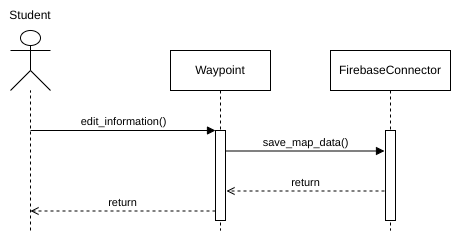
NotYetTerminal/Interactive-Map-SETU-Carlow keeps this draw.io diagram as graphs/System Sequence Diagrams/ModifyMapWaypoint.drawio.png. Above is the earlier version. Source tidied: cells renumbered, new cells last; positions are measured from the earlier drawing's top-left corner, leaving out a move shared by most shapes. Source of this version:
```xml
<mxGraphModel>
  <root>
    <mxCell id="0" />
    <mxCell id="1" parent="0" />
    <mxCell id="2" value="Waypoint" style="shape=umlLifeline;perimeter=lifelinePerimeter;whiteSpace=wrap;html=1;newEdgeStyle={&quot;edgeStyle&quot;:&quot;elbowEdgeStyle&quot;,&quot;elbow&quot;:&quot;vertical&quot;,&quot;curved&quot;:0,&quot;rounded&quot;:0};" parent="1" vertex="1">
      <mxGeometry x="170" y="50" width="100" height="180" as="geometry" />
    </mxCell>
    <mxCell id="3" style="html=1;perimeter=orthogonalPerimeter;targetShapes=umlLifeline;newEdgeStyle={&quot;edgeStyle&quot;:&quot;elbowEdgeStyle&quot;,&quot;elbow&quot;:&quot;vertical&quot;,&quot;curved&quot;:0,&quot;rounded&quot;:0};" parent="2" vertex="1">
      <mxGeometry x="45" y="80" width="10" height="90" as="geometry" />
    </mxCell>
    <mxCell id="4" style="shape=umlActor;verticalLabelPosition=bottom;verticalAlign=top;html=1;outlineConnect=0;align=center;" parent="1" vertex="1">
      <mxGeometry x="10" y="30" width="40" height="60" as="geometry" />
    </mxCell>
    <mxCell id="5" style="endArrow=none;dashed=1;html=1;rounded=0;" parent="1" edge="1" target="4">
      <mxGeometry relative="1" as="geometry">
        <mxPoint x="30" y="230" as="sourcePoint" />
      </mxGeometry>
    </mxCell>
    <mxCell id="6" value="Student" style="text;html=1;align=center;verticalAlign=middle;whiteSpace=wrap;rounded=0;" parent="1" vertex="1">
      <mxGeometry width="60" height="30" as="geometry" />
    </mxCell>
    <mxCell id="7" value="edit_information()" style="html=1;verticalAlign=bottom;endArrow=block;elbow=vertical;rounded=0;" parent="1" edge="1">
      <mxGeometry relative="1" as="geometry">
        <mxPoint x="30" y="130" as="sourcePoint" />
        <mxPoint x="215" y="130" as="targetPoint" />
      </mxGeometry>
    </mxCell>
    <mxCell id="8" value="FirebaseConnector" style="shape=umlLifeline;perimeter=lifelinePerimeter;whiteSpace=wrap;html=1;outlineConnect=0;portConstraint=eastwest;newEdgeStyle={&quot;edgeStyle&quot;:&quot;elbowEdgeStyle&quot;,&quot;elbow&quot;:&quot;vertical&quot;,&quot;curved&quot;:0,&quot;rounded&quot;:0};" parent="1" vertex="1">
      <mxGeometry x="330" y="50" width="120" height="180" as="geometry" />
    </mxCell>
    <mxCell id="9" style="html=1;perimeter=orthogonalPerimeter;targetShapes=umlLifeline;newEdgeStyle={&quot;edgeStyle&quot;:&quot;elbowEdgeStyle&quot;,&quot;elbow&quot;:&quot;vertical&quot;,&quot;curved&quot;:0,&quot;rounded&quot;:0};" parent="8" vertex="1">
      <mxGeometry x="55" y="80" width="10" height="90" as="geometry" />
    </mxCell>
    <mxCell id="10" value="save_map_data()" style="html=1;verticalAlign=bottom;endArrow=block;elbow=vertical;rounded=0;" parent="1" edge="1">
      <mxGeometry relative="1" as="geometry">
        <mxPoint x="225" y="150.5" as="sourcePoint" />
        <mxPoint x="384" y="150.5" as="targetPoint" />
      </mxGeometry>
    </mxCell>
    <mxCell id="11" value="return" style="html=1;verticalAlign=bottom;endArrow=open;elbow=vertical;rounded=0;dashed=1;endFill=0;" parent="1" edge="1">
      <mxGeometry relative="1" as="geometry">
        <mxPoint x="215" y="210.5" as="sourcePoint" />
        <mxPoint x="30" y="210.5" as="targetPoint" />
      </mxGeometry>
    </mxCell>
    <mxCell id="12" value="return" style="html=1;verticalAlign=bottom;endArrow=open;elbow=vertical;rounded=0;dashed=1;endFill=0;" parent="1" edge="1">
      <mxGeometry relative="1" as="geometry">
        <mxPoint x="384" y="190.5" as="sourcePoint" />
        <mxPoint x="226" y="190.5" as="targetPoint" />
      </mxGeometry>
    </mxCell>
  </root>
</mxGraphModel>
```
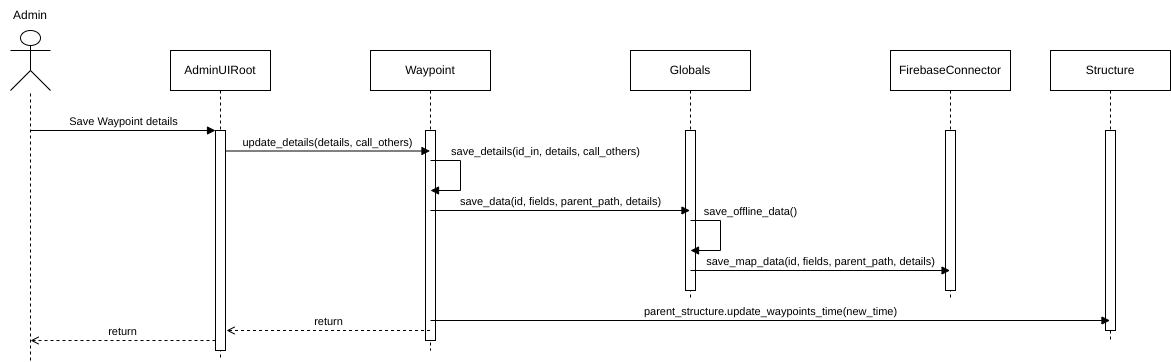
After the commit.

Diff of the diagram source:
```diff
@@ -2,52 +2,106 @@
   <root>
     <mxCell id="0" />
     <mxCell id="1" parent="0" />
-    <mxCell id="2" value="Waypoint" style="shape=umlLifeline;perimeter=lifelinePerimeter;whiteSpace=wrap;html=1;newEdgeStyle={&quot;edgeStyle&quot;:&quot;elbowEdgeStyle&quot;,&quot;elbow&quot;:&quot;vertical&quot;,&quot;curved&quot;:0,&quot;rounded&quot;:0};" parent="1" vertex="1">
-      <mxGeometry x="170" y="50" width="100" height="180" as="geometry" />
+    <mxCell id="2" value="AdminUIRoot" style="shape=umlLifeline;perimeter=lifelinePerimeter;whiteSpace=wrap;html=1;newEdgeStyle={&quot;edgeStyle&quot;:&quot;elbowEdgeStyle&quot;,&quot;elbow&quot;:&quot;vertical&quot;,&quot;curved&quot;:0,&quot;rounded&quot;:0};" parent="1" vertex="1">
+      <mxGeometry x="170" y="50" width="100" height="310" as="geometry" />
     </mxCell>
     <mxCell id="3" style="html=1;perimeter=orthogonalPerimeter;targetShapes=umlLifeline;newEdgeStyle={&quot;edgeStyle&quot;:&quot;elbowEdgeStyle&quot;,&quot;elbow&quot;:&quot;vertical&quot;,&quot;curved&quot;:0,&quot;rounded&quot;:0};" parent="2" vertex="1">
-      <mxGeometry x="45" y="80" width="10" height="90" as="geometry" />
+      <mxGeometry x="45" y="80" width="10" height="220" as="geometry" />
     </mxCell>
     <mxCell id="4" style="shape=umlActor;verticalLabelPosition=bottom;verticalAlign=top;html=1;outlineConnect=0;align=center;" parent="1" vertex="1">
       <mxGeometry x="10" y="30" width="40" height="60" as="geometry" />
     </mxCell>
     <mxCell id="5" style="endArrow=none;dashed=1;html=1;rounded=0;" parent="1" edge="1" target="4">
       <mxGeometry relative="1" as="geometry">
-        <mxPoint x="30" y="230" as="sourcePoint" />
+        <mxPoint x="30" y="360" as="sourcePoint" />
       </mxGeometry>
     </mxCell>
-    <mxCell id="6" value="Student" style="text;html=1;align=center;verticalAlign=middle;whiteSpace=wrap;rounded=0;" parent="1" vertex="1">
+    <mxCell id="6" value="Admin" style="text;html=1;align=center;verticalAlign=middle;whiteSpace=wrap;rounded=0;" parent="1" vertex="1">
       <mxGeometry width="60" height="30" as="geometry" />
     </mxCell>
-    <mxCell id="7" value="edit_information()" style="html=1;verticalAlign=bottom;endArrow=block;elbow=vertical;rounded=0;" parent="1" edge="1">
+    <mxCell id="7" value="Save Waypoint details" style="html=1;verticalAlign=bottom;endArrow=block;elbow=vertical;rounded=0;" parent="1" edge="1">
       <mxGeometry relative="1" as="geometry">
         <mxPoint x="30" y="130" as="sourcePoint" />
         <mxPoint x="215" y="130" as="targetPoint" />
       </mxGeometry>
     </mxCell>
-    <mxCell id="8" value="FirebaseConnector" style="shape=umlLifeline;perimeter=lifelinePerimeter;whiteSpace=wrap;html=1;outlineConnect=0;portConstraint=eastwest;newEdgeStyle={&quot;edgeStyle&quot;:&quot;elbowEdgeStyle&quot;,&quot;elbow&quot;:&quot;vertical&quot;,&quot;curved&quot;:0,&quot;rounded&quot;:0};" parent="1" vertex="1">
-      <mxGeometry x="330" y="50" width="120" height="180" as="geometry" />
+    <mxCell id="8" value="Waypoint" style="shape=umlLifeline;perimeter=lifelinePerimeter;whiteSpace=wrap;html=1;outlineConnect=0;portConstraint=eastwest;newEdgeStyle={&quot;edgeStyle&quot;:&quot;elbowEdgeStyle&quot;,&quot;elbow&quot;:&quot;vertical&quot;,&quot;curved&quot;:0,&quot;rounded&quot;:0};" parent="1" vertex="1">
+      <mxGeometry x="370" y="50" width="120" height="300" as="geometry" />
     </mxCell>
     <mxCell id="9" style="html=1;perimeter=orthogonalPerimeter;targetShapes=umlLifeline;newEdgeStyle={&quot;edgeStyle&quot;:&quot;elbowEdgeStyle&quot;,&quot;elbow&quot;:&quot;vertical&quot;,&quot;curved&quot;:0,&quot;rounded&quot;:0};" parent="8" vertex="1">
-      <mxGeometry x="55" y="80" width="10" height="90" as="geometry" />
+      <mxGeometry x="55" y="80" width="10" height="210" as="geometry" />
     </mxCell>
-    <mxCell id="10" value="save_map_data()" style="html=1;verticalAlign=bottom;endArrow=block;elbow=vertical;rounded=0;" parent="1" edge="1">
+    <mxCell id="10" value="update_details(details, call_others)" style="html=1;verticalAlign=bottom;endArrow=block;elbow=vertical;rounded=0;" parent="1" edge="1" target="8">
       <mxGeometry relative="1" as="geometry">
         <mxPoint x="225" y="150.5" as="sourcePoint" />
-        <mxPoint x="384" y="150.5" as="targetPoint" />
       </mxGeometry>
     </mxCell>
     <mxCell id="11" value="return" style="html=1;verticalAlign=bottom;endArrow=open;elbow=vertical;rounded=0;dashed=1;endFill=0;" parent="1" edge="1">
       <mxGeometry relative="1" as="geometry">
-        <mxPoint x="215" y="210.5" as="sourcePoint" />
-        <mxPoint x="30" y="210.5" as="targetPoint" />
+        <mxPoint x="215" y="340" as="sourcePoint" />
+        <mxPoint x="30" y="340" as="targetPoint" />
       </mxGeometry>
     </mxCell>
     <mxCell id="12" value="return" style="html=1;verticalAlign=bottom;endArrow=open;elbow=vertical;rounded=0;dashed=1;endFill=0;" parent="1" edge="1">
       <mxGeometry relative="1" as="geometry">
-        <mxPoint x="384" y="190.5" as="sourcePoint" />
-        <mxPoint x="226" y="190.5" as="targetPoint" />
+        <mxPoint x="429.5" y="330" as="sourcePoint" />
+        <mxPoint x="226" y="330" as="targetPoint" />
       </mxGeometry>
     </mxCell>
+    <mxCell id="13" value="save_details(id_in, details, call_others)" style="html=1;verticalAlign=bottom;endArrow=block;elbow=vertical;rounded=0;" parent="1" edge="1">
+      <mxGeometry x="-0.33" y="85" relative="1" as="geometry">
+        <mxPoint x="430" y="160" as="sourcePoint" />
+        <mxPoint x="430" y="190" as="targetPoint" />
+        <Array as="points">
+          <mxPoint x="460" y="160" />
+          <mxPoint x="460" y="190" />
+        </Array>
+      </mxGeometry>
+    </mxCell>
+    <mxCell id="14" value="Globals" style="shape=umlLifeline;perimeter=lifelinePerimeter;whiteSpace=wrap;html=1;newEdgeStyle={&quot;edgeStyle&quot;:&quot;elbowEdgeStyle&quot;,&quot;elbow&quot;:&quot;vertical&quot;,&quot;curved&quot;:0,&quot;rounded&quot;:0};" parent="1" vertex="1">
+      <mxGeometry x="630" y="50" width="120" height="250" as="geometry" />
+    </mxCell>
+    <mxCell id="15" style="html=1;perimeter=orthogonalPerimeter;targetShapes=umlLifeline;newEdgeStyle={&quot;edgeStyle&quot;:&quot;elbowEdgeStyle&quot;,&quot;elbow&quot;:&quot;vertical&quot;,&quot;curved&quot;:0,&quot;rounded&quot;:0};" parent="14" vertex="1">
+      <mxGeometry x="55" y="80" width="10" height="160" as="geometry" />
+    </mxCell>
+    <mxCell id="16" value="save_data(id, fields, parent_path, details)" style="html=1;verticalAlign=bottom;endArrow=block;elbow=vertical;rounded=0;" parent="1" edge="1">
+      <mxGeometry relative="1" as="geometry">
+        <mxPoint x="429.9" y="210" as="sourcePoint" />
+        <mxPoint x="689.5" y="210" as="targetPoint" />
+      </mxGeometry>
+    </mxCell>
+    <mxCell id="17" value="save_offline_data()" style="html=1;verticalAlign=bottom;endArrow=block;elbow=vertical;rounded=0;" parent="1" edge="1">
+      <mxGeometry x="-0.33" y="30" relative="1" as="geometry">
+        <mxPoint x="690" y="220" as="sourcePoint" />
+        <mxPoint x="690" y="250" as="targetPoint" />
+        <Array as="points">
+          <mxPoint x="720" y="220" />
+          <mxPoint x="720" y="250" />
+        </Array>
+      </mxGeometry>
+    </mxCell>
+    <mxCell id="18" value="FirebaseConnector" style="shape=umlLifeline;perimeter=lifelinePerimeter;whiteSpace=wrap;html=1;newEdgeStyle={&quot;edgeStyle&quot;:&quot;elbowEdgeStyle&quot;,&quot;elbow&quot;:&quot;vertical&quot;,&quot;curved&quot;:0,&quot;rounded&quot;:0};" parent="1" vertex="1">
+      <mxGeometry x="890" y="50" width="120" height="250" as="geometry" />
+    </mxCell>
+    <mxCell id="19" style="html=1;perimeter=orthogonalPerimeter;targetShapes=umlLifeline;newEdgeStyle={&quot;edgeStyle&quot;:&quot;elbowEdgeStyle&quot;,&quot;elbow&quot;:&quot;vertical&quot;,&quot;curved&quot;:0,&quot;rounded&quot;:0};" parent="18" vertex="1">
+      <mxGeometry x="55" y="80" width="10" height="160" as="geometry" />
+    </mxCell>
+    <mxCell id="20" value="save_map_data(id, fields, parent_path, details)" style="html=1;verticalAlign=bottom;endArrow=block;elbow=vertical;rounded=0;" parent="1" edge="1">
+      <mxGeometry relative="1" as="geometry">
+        <mxPoint x="690" y="270" as="sourcePoint" />
+        <mxPoint x="949.6" y="270" as="targetPoint" />
+      </mxGeometry>
+    </mxCell>
+    <mxCell id="21" value="Structure" style="shape=umlLifeline;perimeter=lifelinePerimeter;whiteSpace=wrap;html=1;outlineConnect=0;portConstraint=eastwest;newEdgeStyle={&quot;edgeStyle&quot;:&quot;elbowEdgeStyle&quot;,&quot;elbow&quot;:&quot;vertical&quot;,&quot;curved&quot;:0,&quot;rounded&quot;:0};" parent="1" vertex="1">
+      <mxGeometry x="1050" y="50" width="120" height="290" as="geometry" />
+    </mxCell>
+    <mxCell id="22" style="html=1;perimeter=orthogonalPerimeter;targetShapes=umlLifeline;newEdgeStyle={&quot;edgeStyle&quot;:&quot;elbowEdgeStyle&quot;,&quot;elbow&quot;:&quot;vertical&quot;,&quot;curved&quot;:0,&quot;rounded&quot;:0};" parent="21" vertex="1">
+      <mxGeometry x="55" y="80" width="10" height="200" as="geometry" />
+    </mxCell>
+    <mxCell id="23" value="parent_structure.update_waypoints_time(new_time)" style="html=1;verticalAlign=bottom;endArrow=block;elbow=vertical;rounded=0;" parent="1" edge="1" target="21">
+      <mxGeometry relative="1" as="geometry">
+        <mxPoint x="430" y="320" as="sourcePoint" />
+      </mxGeometry>
+    </mxCell>
   </root>
 </mxGraphModel>
```
